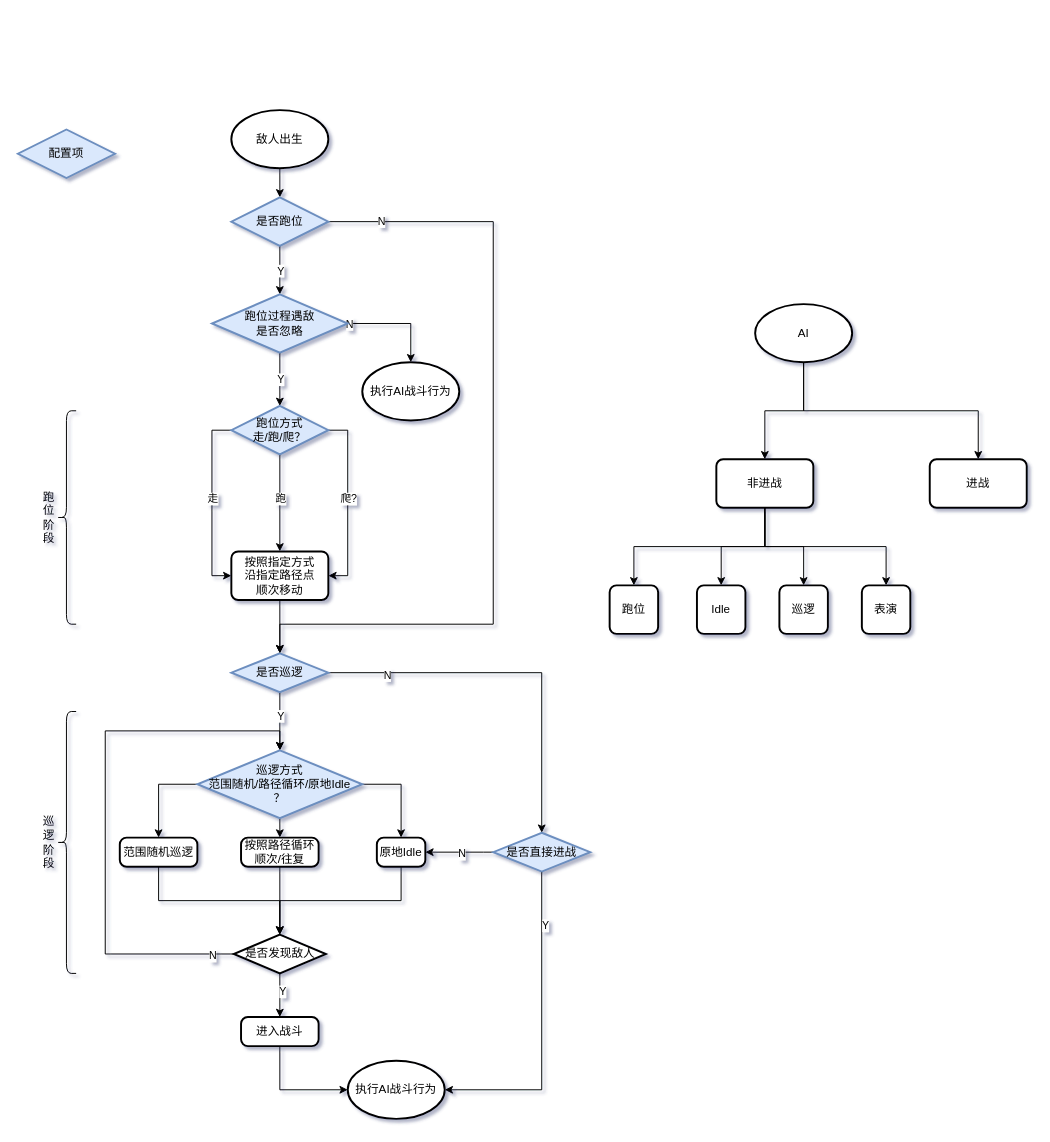
Earlier version of the draw.io diagram 敌人路径指定.drawio (LittleTrain0321/15150400109Wy). Source tidied: cells renumbered, new cells numbered last; positions are measured from the earlier drawing's top-left corner, leaving out a move shared by most shapes. Both pictures are drawn from the tidied source at 97%, with x=0, y=0 at pixel (17, 110).
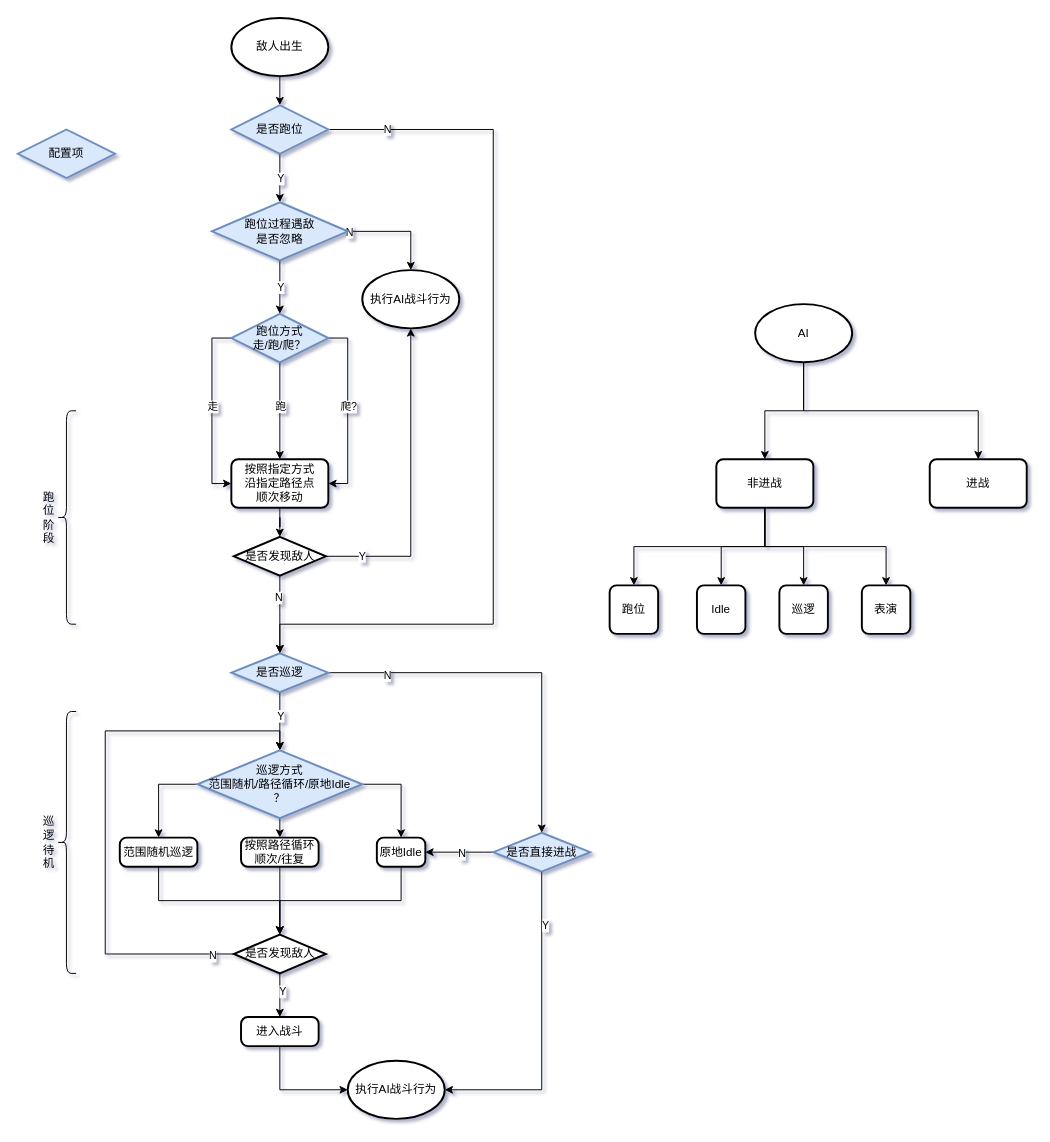
The same page after the edit.

Commit message:
更新敌人路径指定.drawio

Unchanged cells that the change refers to:
```xml
<mxCell id="8" value="是否巡逻" style="strokeWidth=2;html=1;shape=mxgraph.flowchart.decision;whiteSpace=wrap;fillColor=#dae8fc;strokeColor=#6c8ebf;" parent="1" vertex="1">
  <mxGeometry x="220" y="560" width="100" height="40" as="geometry" />
</mxCell>
```

Change to the diagram source:
```diff
@@
     <mxCell id="3" value="敌人出生" style="strokeWidth=2;html=1;shape=mxgraph.flowchart.start_1;whiteSpace=wrap;" parent="1" vertex="1">
-      <mxGeometry x="220" width="100" height="60" as="geometry" />
+      <mxGeometry x="220" y="-95" width="100" height="60" as="geometry" />
     </mxCell>
@@
     <mxCell id="11" style="edgeStyle=orthogonalEdgeStyle;rounded=0;jettySize=auto;html=1;exitX=1;exitY=0.5;exitDx=0;exitDy=0;exitPerimeter=0;entryX=0.5;entryY=0;entryDx=0;entryDy=0;entryPerimeter=0;" parent="1" edge="1" source="13" target="8">
       <mxGeometry relative="1" as="geometry">
         <Array as="points">
-          <mxPoint x="490" y="115" />
+          <mxPoint x="490" y="20" />
           <mxPoint x="490" y="530" />
           <mxPoint x="270" y="530" />
         </Array>
       </mxGeometry>
     </mxCell>
@@
     <mxCell id="13" value="是否跑位" style="strokeWidth=2;html=1;shape=mxgraph.flowchart.decision;whiteSpace=wrap;fillColor=#dae8fc;strokeColor=#6c8ebf;" parent="1" vertex="1">
-      <mxGeometry x="220" y="90" width="100" height="50" as="geometry" />
+      <mxGeometry x="220" y="-5" width="100" height="50" as="geometry" />
     </mxCell>
-    <mxCell id="14" style="edgeStyle=orthogonalEdgeStyle;rounded=0;jettySize=auto;html=1;exitX=0.5;exitY=1;exitDx=0;exitDy=0;" parent="1" edge="1" source="15" target="8">
+    <mxCell id="14" style="edgeStyle=orthogonalEdgeStyle;rounded=0;jettySize=auto;html=1;exitX=0.5;exitY=1;exitDx=0;exitDy=0;" parent="1" edge="1" source="72" target="8">
       <mxGeometry relative="1" as="geometry" />
     </mxCell>
+    <mxCell id="68" value="N" style="edgeLabel;html=1;align=center;verticalAlign=middle;" parent="14" vertex="1">
+      <mxGeometry x="-0.46" y="-2" relative="1" as="geometry" />
+    </mxCell>
     <mxCell id="15" value="按照指定方式&lt;br&gt;沿指定路径点&lt;br&gt;顺次移动" style="rounded=1;whiteSpace=wrap;html=1;absoluteArcSize=1;arcSize=14;strokeWidth=2;" parent="1" vertex="1">
-      <mxGeometry x="220" y="455" width="100" height="50" as="geometry" />
+      <mxGeometry x="220" y="360" width="100" height="50" as="geometry" />
     </mxCell>
@@
     <mxCell id="22" value="跑位方式&lt;br&gt;走/跑/爬？" style="strokeWidth=2;html=1;shape=mxgraph.flowchart.decision;whiteSpace=wrap;fillColor=#dae8fc;strokeColor=#6c8ebf;" parent="1" vertex="1">
-      <mxGeometry x="220" y="305" width="100" height="50" as="geometry" />
+      <mxGeometry x="220" y="210" width="100" height="50" as="geometry" />
     </mxCell>
@@
-    <mxCell id="43" value="巡逻阶段" style="shape=curlyBracket;whiteSpace=wrap;html=1;rounded=1;labelPosition=left;verticalLabelPosition=middle;align=right;verticalAlign=middle;" parent="1" vertex="1">
+    <mxCell id="43" value="巡逻待机" style="shape=curlyBracket;whiteSpace=wrap;html=1;rounded=1;labelPosition=left;verticalLabelPosition=middle;align=right;verticalAlign=middle;" parent="1" vertex="1">
       <mxGeometry x="40" y="620" width="20" height="270" as="geometry" />
     </mxCell>
@@
     <mxCell id="48" value="跑位过程遇敌&lt;br&gt;是否忽略" style="strokeWidth=2;html=1;shape=mxgraph.flowchart.decision;whiteSpace=wrap;fillColor=#dae8fc;strokeColor=#6c8ebf;" parent="1" vertex="1">
-      <mxGeometry x="200" y="190" width="140" height="60" as="geometry" />
+      <mxGeometry x="200" y="95" width="140" height="60" as="geometry" />
     </mxCell>
@@
     <mxCell id="50" value="执行AI战斗行为" style="strokeWidth=2;html=1;shape=mxgraph.flowchart.start_1;whiteSpace=wrap;" parent="1" vertex="1">
-      <mxGeometry x="355" y="260" width="100" height="60" as="geometry" />
+      <mxGeometry x="355" y="165" width="100" height="60" as="geometry" />
     </mxCell>
@@
+    <mxCell id="69" style="edgeStyle=orthogonalEdgeStyle;rounded=0;jettySize=auto;html=1;exitX=0.5;exitY=1;exitDx=0;exitDy=0;" parent="1" edge="1" source="15" target="72">
+      <mxGeometry relative="1" as="geometry" />
+    </mxCell>
+    <mxCell id="70" style="edgeStyle=orthogonalEdgeStyle;rounded=0;jettySize=auto;html=1;exitX=1;exitY=0.5;exitDx=0;exitDy=0;exitPerimeter=0;entryX=0.5;entryY=1;entryDx=0;entryDy=0;entryPerimeter=0;" parent="1" edge="1" source="72" target="50">
+      <mxGeometry relative="1" as="geometry" />
+    </mxCell>
+    <mxCell id="71" value="Y" style="edgeLabel;html=1;align=center;verticalAlign=middle;" parent="70" vertex="1">
+      <mxGeometry x="-0.77" y="1" relative="1" as="geometry" />
+    </mxCell>
+    <mxCell id="72" value="是否发现敌人" style="strokeWidth=2;html=1;shape=mxgraph.flowchart.decision;whiteSpace=wrap;" parent="1" vertex="1">
+      <mxGeometry x="222.5" y="440" width="95" height="40" as="geometry" />
+    </mxCell>
```
